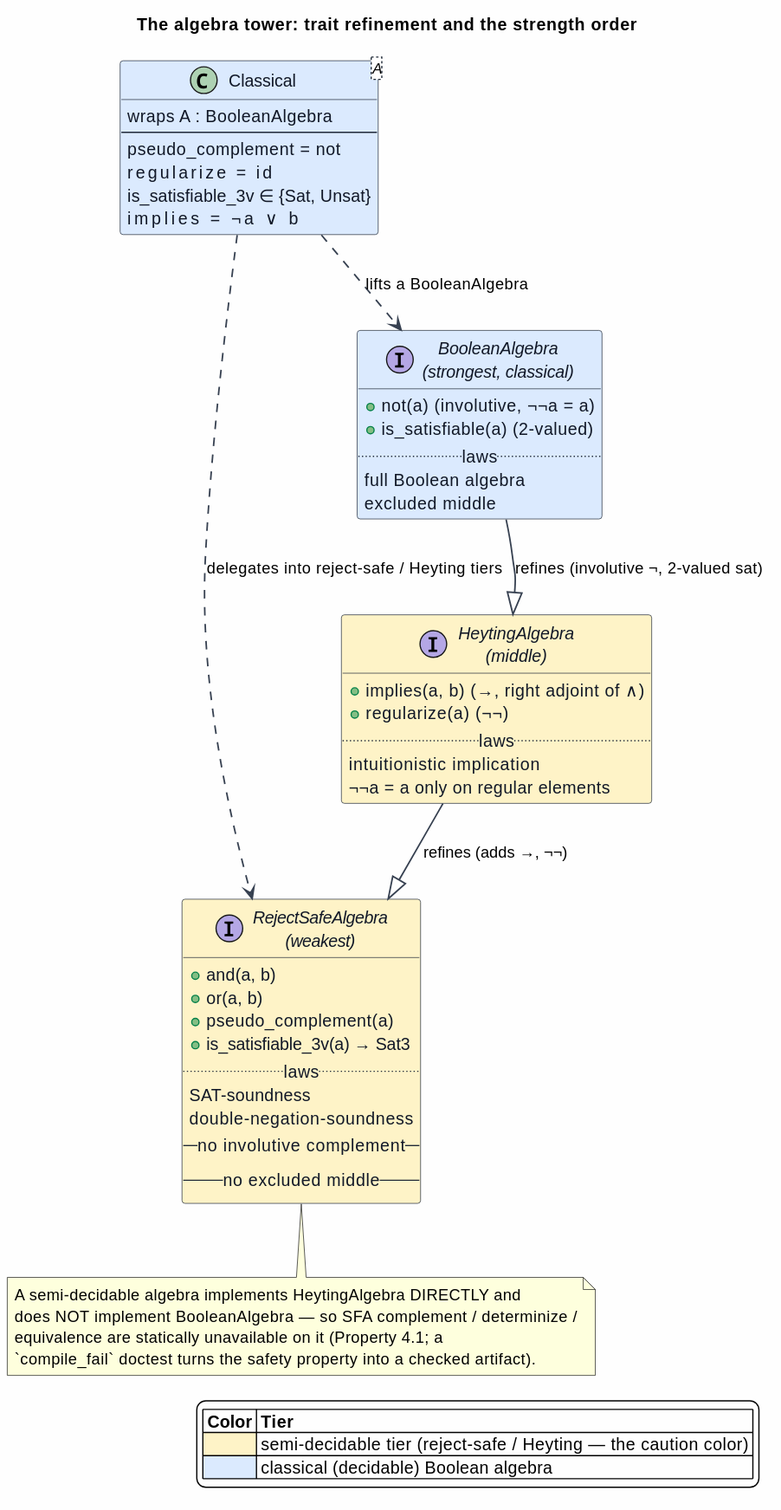
Before: docs/architecture/semantic-predicates/figures/05-algebra-tower.svg, a diagram exported from PlantUML (F1R3FLY-io/mettail-rust). The source it was exported from:
```plantuml
@startuml
title The algebra tower: trait refinement and the strength order

skinparam backgroundColor #FEFEFE
skinparam shadowing false
skinparam ArrowColor #374151
skinparam ArrowThickness 1.3
skinparam class {
  BorderColor #1F2937
  FontColor #111827
  AttributeFontColor #111827
}

interface "RejectSafeAlgebra\n(weakest)" as RSA #FEF3C7 {
  + and(a, b)
  + or(a, b)
  + pseudo_complement(a)
  + is_satisfiable_3v(a) → Sat3
  .. laws ..
  SAT-soundness
  double-negation-soundness
  -- no involutive complement --
  -- no excluded middle --
}

interface "HeytingAlgebra\n(middle)" as HA #FEF3C7 {
  + implies(a, b)   (→, right adjoint of ∧)
  + regularize(a)   (¬¬)
  .. laws ..
  intuitionistic implication
  ¬¬a = a only on regular elements
}

interface "BooleanAlgebra\n(strongest, classical)" as BA #DBEAFE {
  + not(a)   (involutive, ¬¬a = a)
  + is_satisfiable(a)   (2-valued)
  .. laws ..
  full Boolean algebra
  excluded middle
}

class "Classical<A>" as CL #DBEAFE {
  wraps A : BooleanAlgebra
  --
  pseudo_complement = not
  regularize        = id
  is_satisfiable_3v ∈ {Sat, Unsat}
  implies           = ¬a ∨ b
}

HA  --|> RSA : refines (adds →, ¬¬)
BA  --|> HA  : refines (involutive ¬, 2-valued sat)

CL ..> BA  : lifts a BooleanAlgebra
CL ..> RSA : delegates into reject-safe / Heyting tiers

note bottom of RSA
  A semi-decidable algebra implements HeytingAlgebra DIRECTLY and
  does NOT implement BooleanAlgebra — so SFA complement / determinize /
  equivalence are statically unavailable on it (Property 4.1; a
  `compile_fail` doctest turns the safety property into a checked artifact).
end note

legend right
|= Color |= Tier |
|<#FEF3C7> | semi-decidable tier (reject-safe / Heyting — the caution color) |
|<#DBEAFE> | classical (decidable) Boolean algebra |
endlegend
@enduml
```
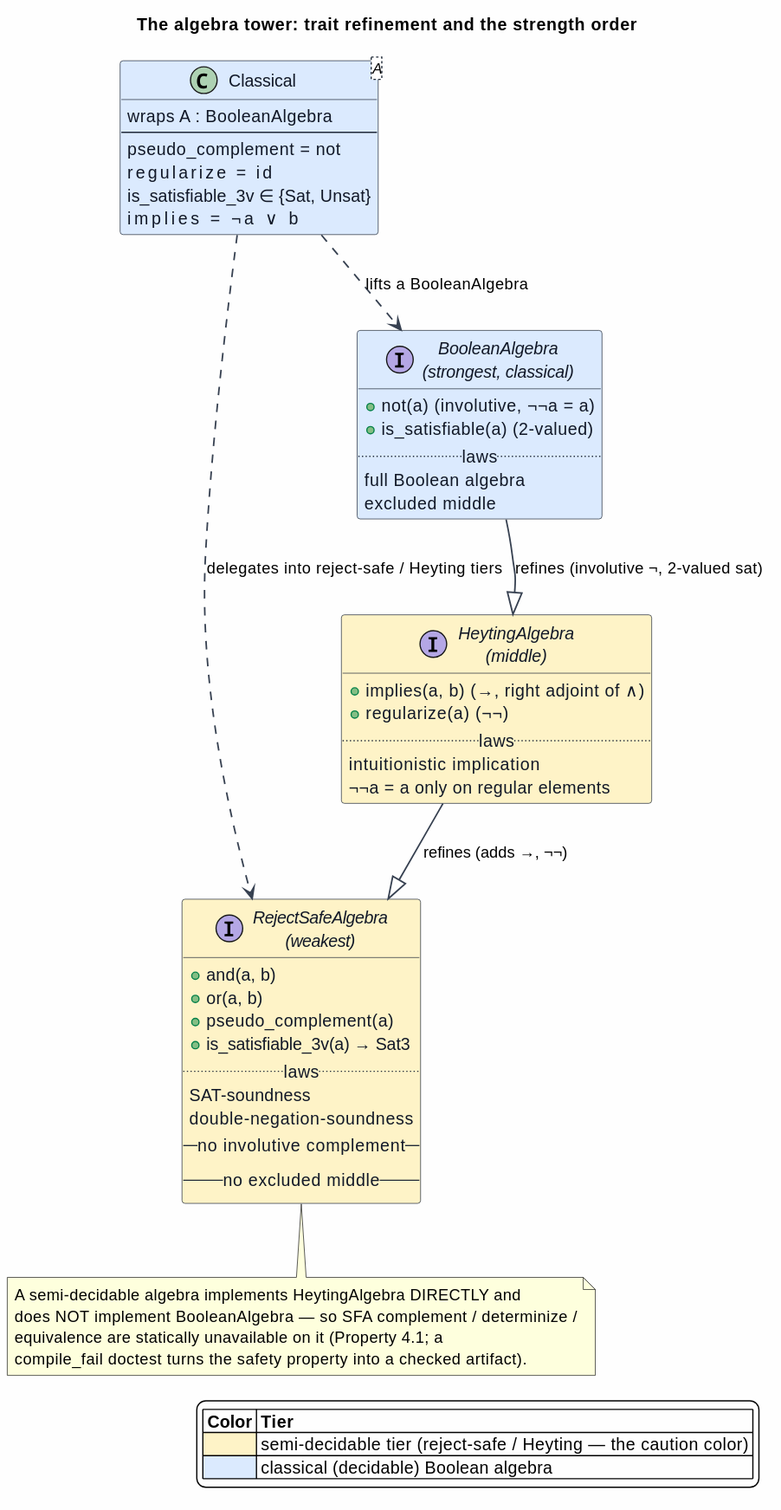
The same file after the commit.

Diff of the diagram source:
```diff
@@ -58,7 +58,7 @@
   A semi-decidable algebra implements HeytingAlgebra DIRECTLY and
   does NOT implement BooleanAlgebra — so SFA complement / determinize /
   equivalence are statically unavailable on it (Property 4.1; a
-  `compile_fail` doctest turns the safety property into a checked artifact).
+  compile_fail doctest turns the safety property into a checked artifact).
 end note
 
 legend right
```
